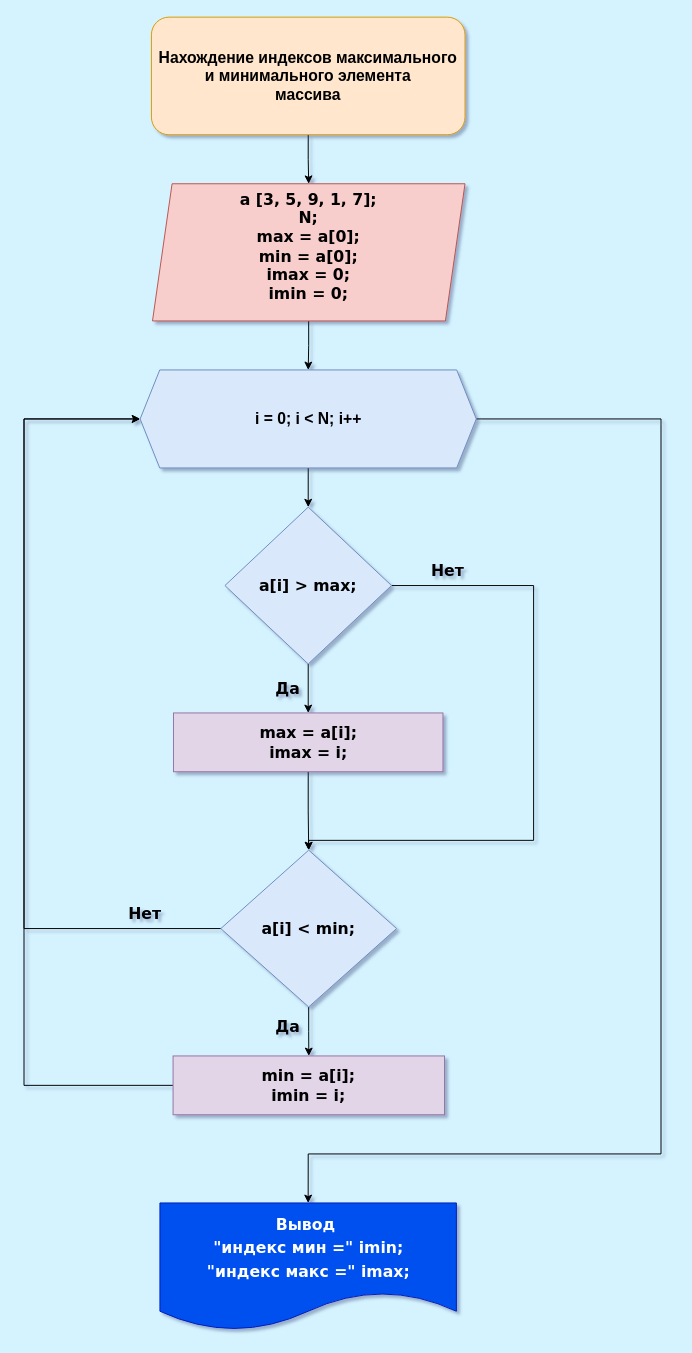
This is ДЗ Семинар 2(1).drawio from M-Ilya/-, a draw.io file, before an edit. Source tidied: cells renumbered, new cells numbered last; positions are measured from the earlier drawing's top-left corner, leaving out a move shared by most shapes. Both pictures are drawn from the tidied source at 98%, with x=0, y=0 at pixel (24, 17).
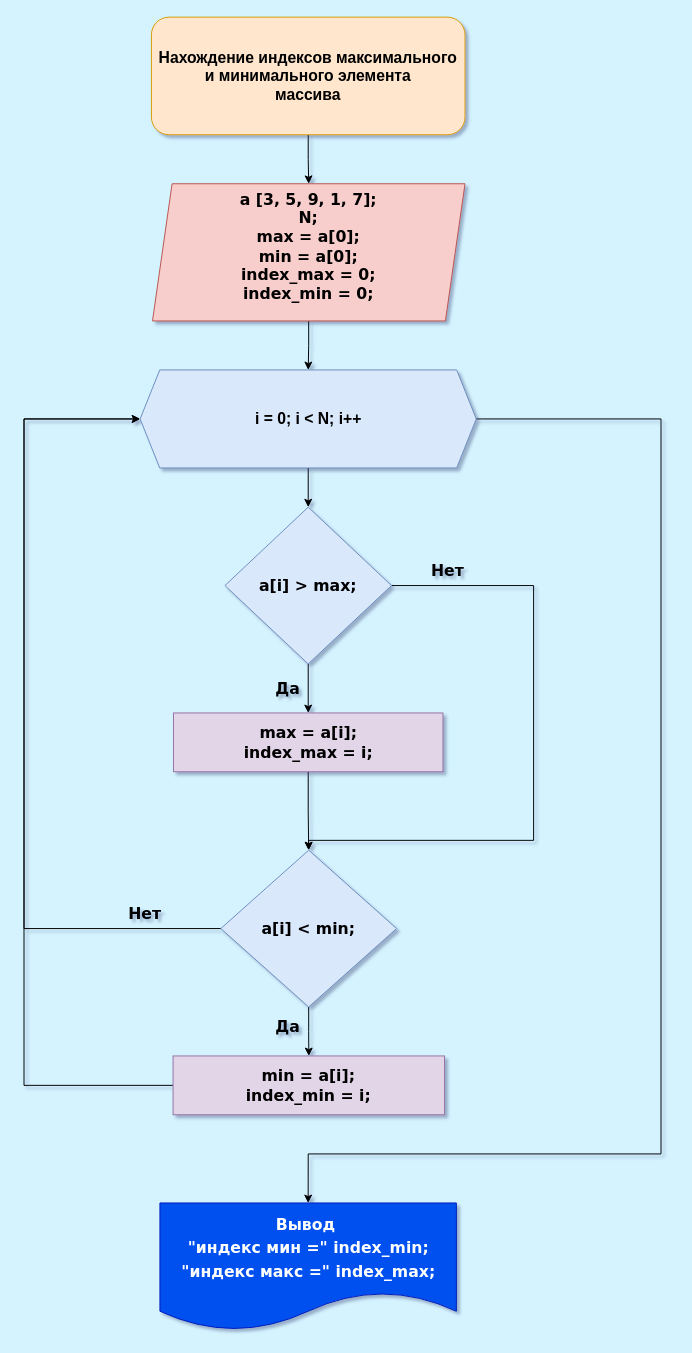
Above is the later version.

What changed in the source:
```diff
@@
-    <mxCell id="3" value="&lt;font style=&quot;font-size: 16px;&quot;&gt;&lt;font style=&quot;font-size: 16px;&quot;&gt;&lt;span style=&quot;background-color: initial;&quot;&gt;a [3, 5, 9, 1, 7];&lt;/span&gt;&lt;br&gt;&lt;span style=&quot;background-color: initial;&quot;&gt;N;&lt;br&gt;&lt;/span&gt;&lt;/font&gt;max = a[0];&lt;br&gt;min = a[0];&lt;br&gt;&lt;/font&gt;&lt;font style=&quot;font-size: 16px;&quot;&gt;imax = 0;&lt;br&gt;imin = 0;&lt;/font&gt;&lt;br&gt;&lt;p&gt;&lt;/p&gt;" style="shape=parallelogram;perimeter=parallelogramPerimeter;whiteSpace=wrap;html=1;fixedSize=1;fillColor=#f8cecc;strokeColor=#b85450;fontFamily=Verdana;fontStyle=1;" parent="1" vertex="1">
+    <mxCell id="3" value="&lt;font style=&quot;font-size: 16px;&quot;&gt;&lt;font style=&quot;font-size: 16px;&quot;&gt;&lt;span style=&quot;background-color: initial;&quot;&gt;a [3, 5, 9, 1, 7];&lt;/span&gt;&lt;br&gt;&lt;span style=&quot;background-color: initial;&quot;&gt;N;&lt;br&gt;&lt;/span&gt;&lt;/font&gt;max = a[0];&lt;br&gt;min = a[0];&lt;br&gt;&lt;/font&gt;&lt;font style=&quot;font-size: 16px;&quot;&gt;index_max = 0;&lt;br&gt;index_min = 0;&lt;/font&gt;&lt;br&gt;&lt;p&gt;&lt;/p&gt;" style="shape=parallelogram;perimeter=parallelogramPerimeter;whiteSpace=wrap;html=1;fixedSize=1;fillColor=#f8cecc;strokeColor=#b85450;fontFamily=Verdana;fontStyle=1;" parent="1" vertex="1">
       <mxGeometry x="131.1" y="170" width="318.9" height="140" as="geometry" />
     </mxCell>
@@
-    <mxCell id="5" value="&lt;font style=&quot;font-size: 16px;&quot;&gt;max = a[i];&lt;br&gt;imax = i;&lt;br&gt;&lt;/font&gt;" style="whiteSpace=wrap;html=1;fontFamily=Verdana;fillColor=#e1d5e7;strokeColor=#9673a6;fontStyle=1;" parent="1" vertex="1">
+    <mxCell id="5" value="&lt;font style=&quot;font-size: 16px;&quot;&gt;max = a[i];&lt;br&gt;index_max = i;&lt;br&gt;&lt;/font&gt;" style="whiteSpace=wrap;html=1;fontFamily=Verdana;fillColor=#e1d5e7;strokeColor=#9673a6;fontStyle=1;" parent="1" vertex="1">
       <mxGeometry x="152.5" y="710" width="275" height="60" as="geometry" />
     </mxCell>
-    <mxCell id="6" value="&lt;font style=&quot;font-size: 16px; line-height: 1.5;&quot;&gt;Вывод&amp;nbsp; &lt;br&gt;&quot;индекс мин =&quot; imin;&lt;br&gt;&quot;индекс макс =&quot; imax;&lt;br&gt;&lt;/font&gt;" style="shape=document;whiteSpace=wrap;html=1;boundedLbl=1;fontFamily=Verdana;fillColor=#0050ef;strokeColor=#001DBC;fontStyle=1;fontColor=#ffffff;" parent="1" vertex="1">
+    <mxCell id="6" value="&lt;font style=&quot;font-size: 16px; line-height: 1.5;&quot;&gt;Вывод&amp;nbsp; &lt;br&gt;&quot;индекс мин =&quot; index_min;&lt;br&gt;&quot;индекс макс =&quot; index_max;&lt;br&gt;&lt;/font&gt;" style="shape=document;whiteSpace=wrap;html=1;boundedLbl=1;fontFamily=Verdana;fillColor=#0050ef;strokeColor=#001DBC;fontStyle=1;fontColor=#ffffff;" parent="1" vertex="1">
       <mxGeometry x="138.7" y="1210" width="302.5" height="130" as="geometry" />
     </mxCell>
@@
-    <mxCell id="21" value="&lt;font style=&quot;font-size: 16px;&quot;&gt;min = a[i];&lt;br&gt;imin = i;&lt;/font&gt;" style="whiteSpace=wrap;html=1;fontFamily=Verdana;fillColor=#e1d5e7;strokeColor=#9673a6;fontStyle=1;" parent="1" vertex="1">
+    <mxCell id="21" value="&lt;font style=&quot;font-size: 16px;&quot;&gt;min = a[i];&lt;br&gt;index_min = i;&lt;/font&gt;" style="whiteSpace=wrap;html=1;fontFamily=Verdana;fillColor=#e1d5e7;strokeColor=#9673a6;fontStyle=1;" parent="1" vertex="1">
       <mxGeometry x="152.1" y="1060" width="277" height="60" as="geometry" />
     </mxCell>
```
